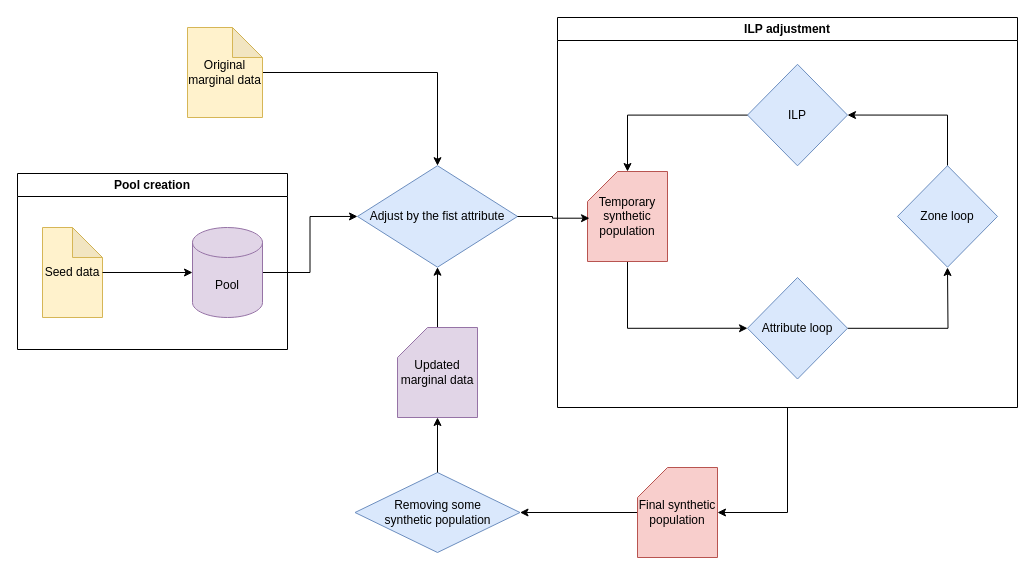
This is general_drawio/SAA_updated.drawio from bobkatla/PopSyn_Monash, a draw.io file, before an edit. Source tidied: cells renumbered, new cells numbered last; positions are measured from the earlier drawing's top-left corner, leaving out a move shared by most shapes. Both pictures are drawn from the tidied source at 100%, with x=0, y=0 at pixel (17, 17).
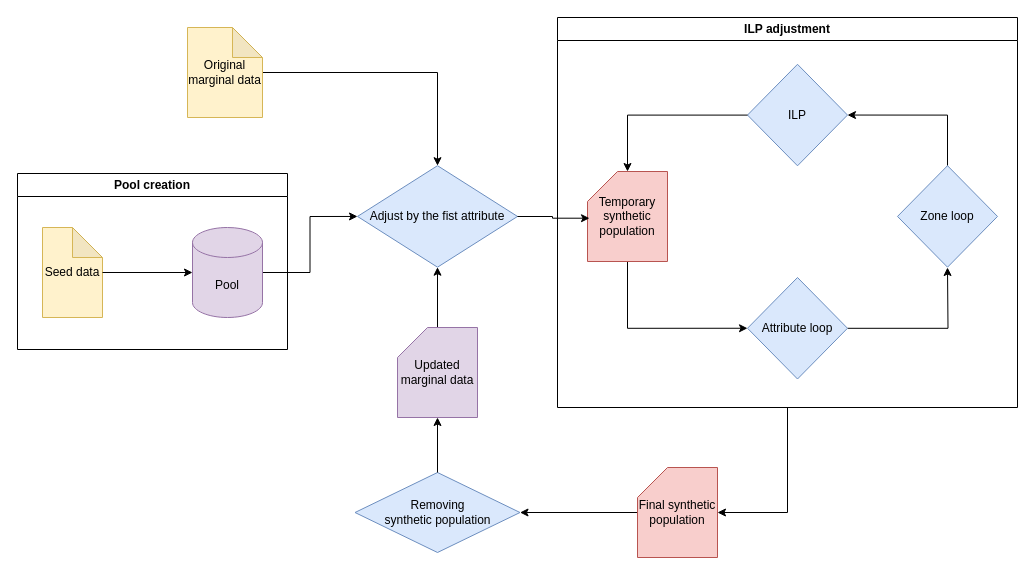
The same page after the edit.

Change to the diagram source:
```diff
@@
-    <mxCell id="16" value="Removing some &lt;br&gt;synthetic population" style="rhombus;whiteSpace=wrap;html=1;fillColor=#dae8fc;strokeColor=#6c8ebf;" parent="1" vertex="1">
+    <mxCell id="16" value="Removing&lt;br&gt;synthetic population" style="rhombus;whiteSpace=wrap;html=1;fillColor=#dae8fc;strokeColor=#6c8ebf;" parent="1" vertex="1">
       <mxGeometry x="337.5" y="455" width="165" height="80" as="geometry" />
     </mxCell>
```
